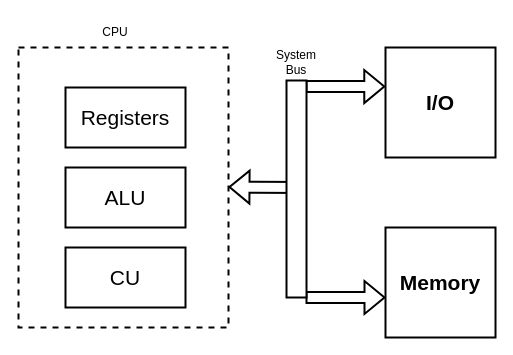
Above: block diagram computer.drawio in mzndnes/resume (draw.io), before the change. Source tidied: cells renumbered, new cells numbered last; positions are measured from the earlier drawing's top-left corner, leaving out a move shared by most shapes. Both pictures are drawn from the tidied source at 100%, with x=0, y=0 at pixel (18, 17).
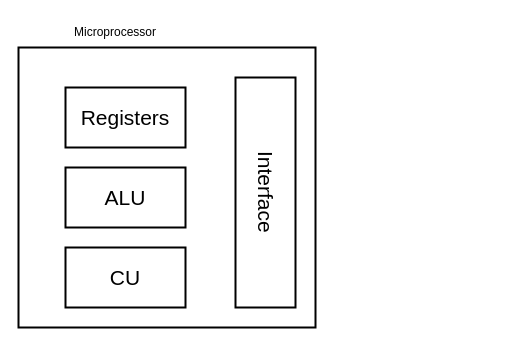
Above is the later version.

The edit, as a diff of the source:
```diff
@@
 <mxGraphModel>
   <root>
     <mxCell id="0" />
     <mxCell id="1" parent="0" />
-    <mxCell id="2" value="I/O" style="whiteSpace=wrap;html=1;strokeWidth=2;fontStyle=1;fontSize=21;" parent="1" vertex="1">
-      <mxGeometry x="367" y="30" width="110" height="110" as="geometry" />
-    </mxCell>
     <mxCell id="3" value="Registers" style="rounded=0;whiteSpace=wrap;html=1;strokeWidth=2;fontSize=21;" parent="1" vertex="1">
       <mxGeometry x="47" y="70" width="120" height="60" as="geometry" />
     </mxCell>
     <mxCell id="4" value="ALU" style="rounded=0;whiteSpace=wrap;html=1;strokeWidth=2;fontSize=21;" parent="1" vertex="1">
       <mxGeometry x="47" y="150" width="120" height="60" as="geometry" />
     </mxCell>
     <mxCell id="5" value="CU" style="rounded=0;whiteSpace=wrap;html=1;strokeWidth=2;fontSize=21;" parent="1" vertex="1">
       <mxGeometry x="47" y="230" width="120" height="60" as="geometry" />
     </mxCell>
-    <mxCell id="6" value="Memory" style="whiteSpace=wrap;html=1;strokeWidth=2;fontStyle=1;fontSize=21;" parent="1" vertex="1">
-      <mxGeometry x="367" y="210" width="110" height="110" as="geometry" />
-    </mxCell>
-    <mxCell id="7" style="rounded=0;whiteSpace=wrap;html=1;fillColor=none;dashed=1;strokeWidth=2;" parent="1" vertex="1">
-      <mxGeometry y="30" width="210" height="280" as="geometry" />
+    <mxCell id="7" style="rounded=0;whiteSpace=wrap;html=1;fillColor=none;strokeWidth=2;" parent="1" vertex="1">
+      <mxGeometry y="30" width="297" height="280" as="geometry" />
     </mxCell>
-    <mxCell id="8" style="shape=flexArrow;endArrow=classic;html=1;rounded=0;entryX=0.997;entryY=0.46;entryDx=0;entryDy=0;entryPerimeter=0;strokeWidth=2;startSize=8;" parent="1" edge="1">
-      <mxGeometry relative="1" as="geometry">
-        <mxPoint x="287" y="170" as="sourcePoint" />
-        <mxPoint x="210" y="169.5" as="targetPoint" />
-      </mxGeometry>
-    </mxCell>
-    <mxCell id="9" style="shape=flexArrow;endArrow=classic;html=1;rounded=0;entryX=-0.002;entryY=0.355;entryDx=0;entryDy=0;entryPerimeter=0;strokeWidth=2;" parent="1" edge="1" target="2">
-      <mxGeometry relative="1" as="geometry">
-        <mxPoint x="287" y="69" as="sourcePoint" />
-      </mxGeometry>
-    </mxCell>
-    <mxCell id="10" style="shape=flexArrow;endArrow=classic;html=1;rounded=0;entryX=-0.002;entryY=0.355;entryDx=0;entryDy=0;entryPerimeter=0;strokeWidth=2;" parent="1" edge="1">
-      <mxGeometry relative="1" as="geometry">
-        <mxPoint x="287" y="280" as="sourcePoint" />
-        <mxPoint x="367" y="280" as="targetPoint" />
-      </mxGeometry>
-    </mxCell>
-    <mxCell id="11" style="rounded=0;whiteSpace=wrap;html=1;strokeWidth=2;" parent="1" vertex="1">
-      <mxGeometry x="268" y="63" width="20" height="217" as="geometry" />
-    </mxCell>
-    <mxCell id="12" value="System Bus" style="text;html=1;whiteSpace=wrap;strokeColor=none;fillColor=none;align=center;verticalAlign=middle;rounded=0;" parent="1" vertex="1">
-      <mxGeometry x="248" y="30" width="60" height="30" as="geometry" />
-    </mxCell>
-    <mxCell id="13" value="CPU" style="text;html=1;whiteSpace=wrap;strokeColor=none;fillColor=none;align=center;verticalAlign=middle;rounded=0;" parent="1" vertex="1">
+    <mxCell id="13" value="Microprocessor" style="text;html=1;whiteSpace=wrap;strokeColor=none;fillColor=none;align=center;verticalAlign=middle;rounded=0;" parent="1" vertex="1">
       <mxGeometry x="67" width="60" height="30" as="geometry" />
     </mxCell>
+    <mxCell id="14" value="Interface" style="rounded=0;whiteSpace=wrap;html=1;strokeWidth=2;textDirection=vertical-lr;fontSize=21;" parent="1" vertex="1">
+      <mxGeometry x="217" y="60" width="60" height="230" as="geometry" />
+    </mxCell>
   </root>
 </mxGraphModel>
```
